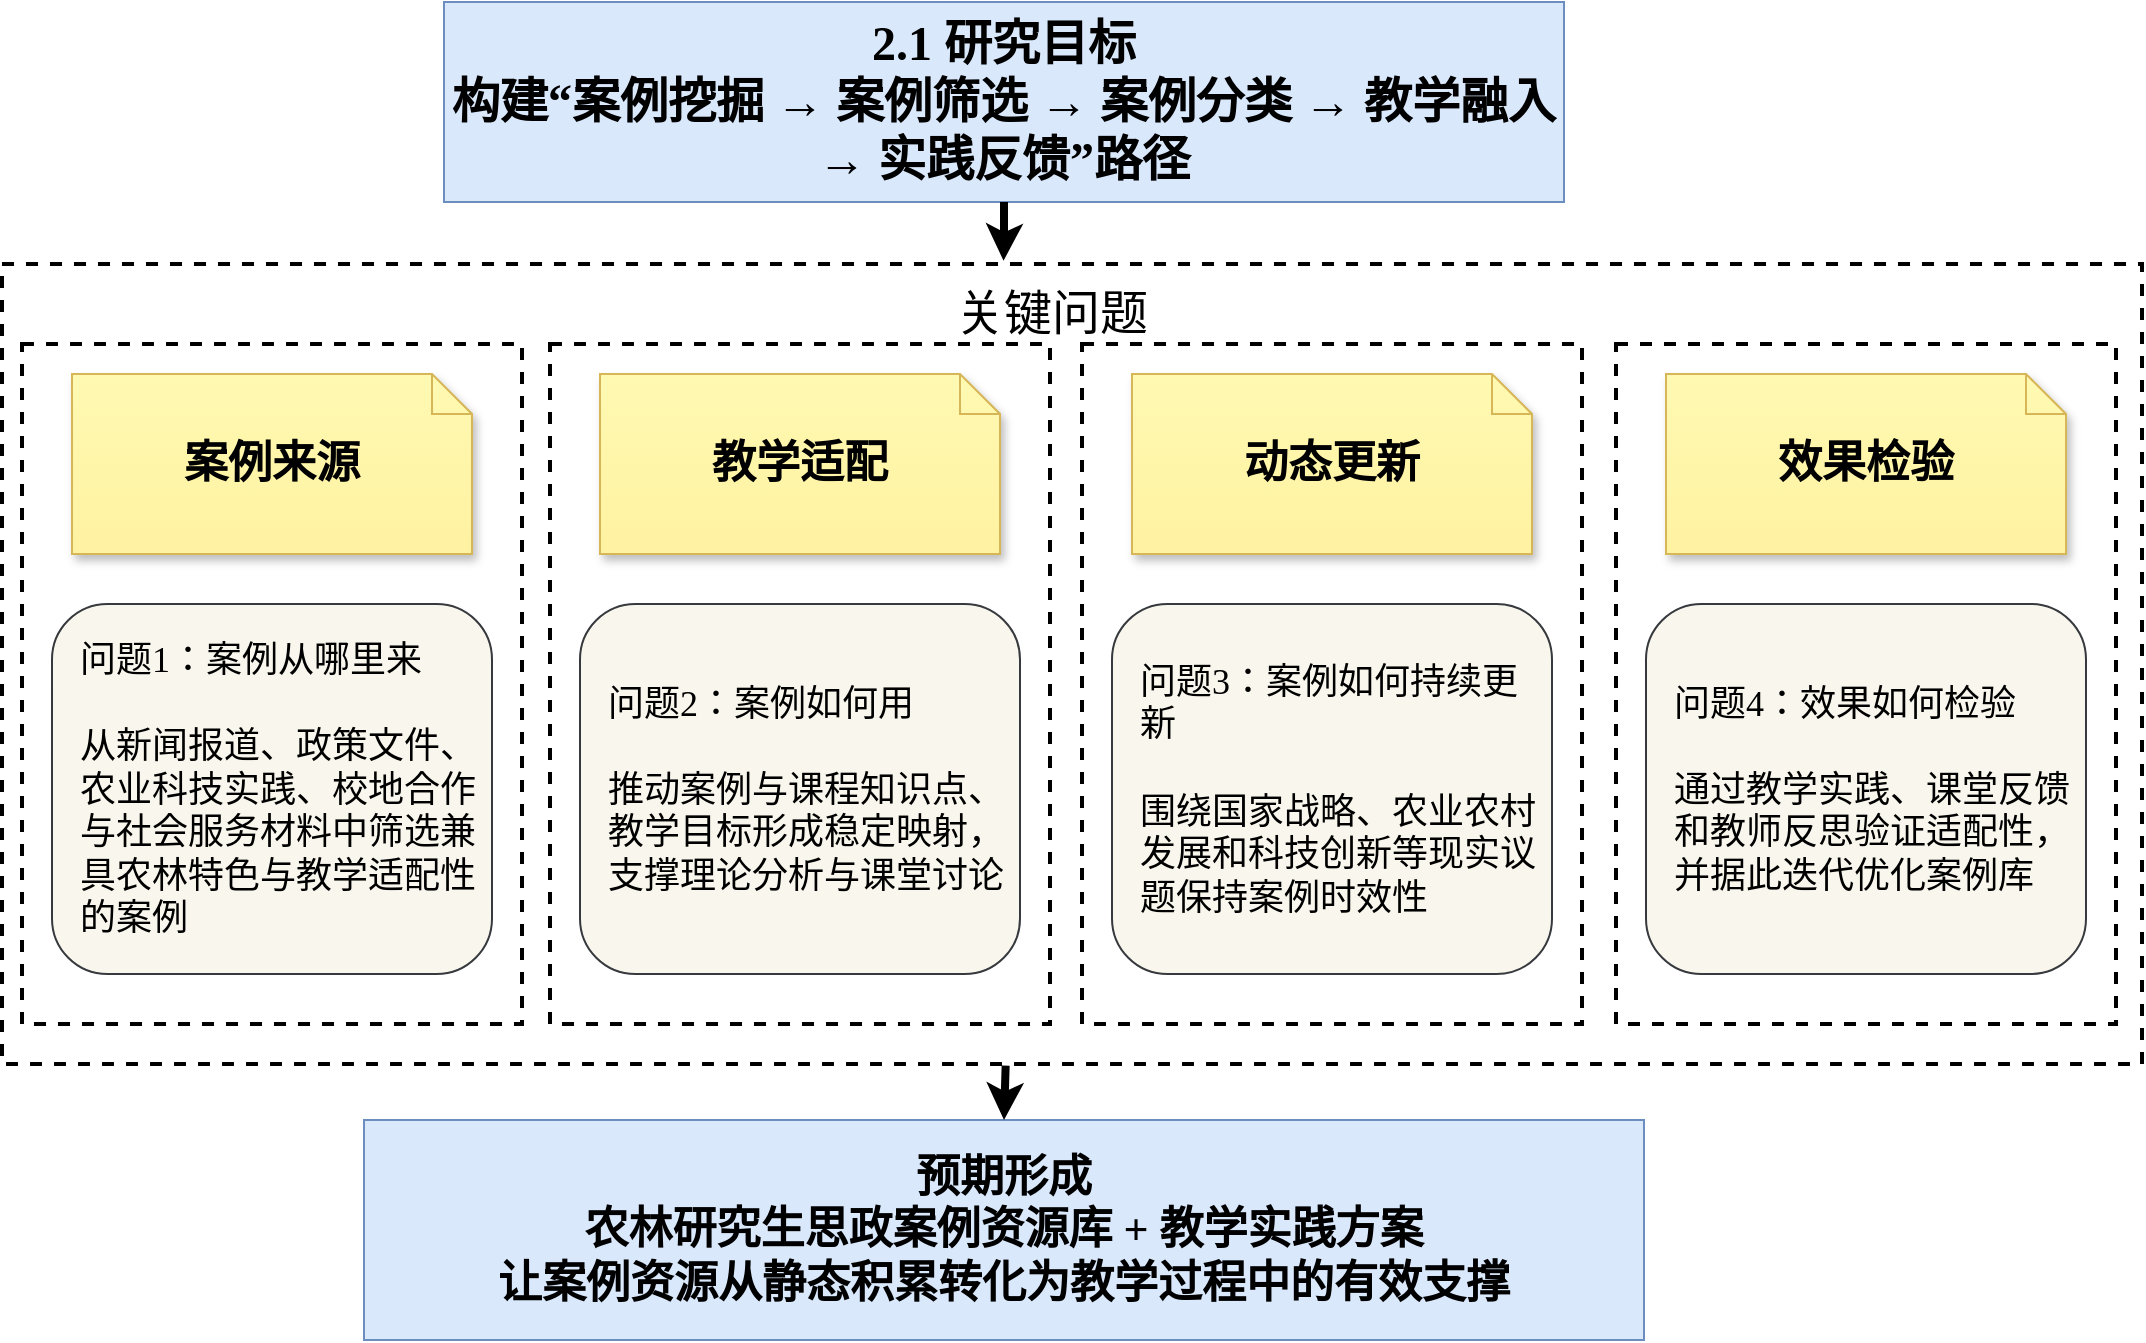
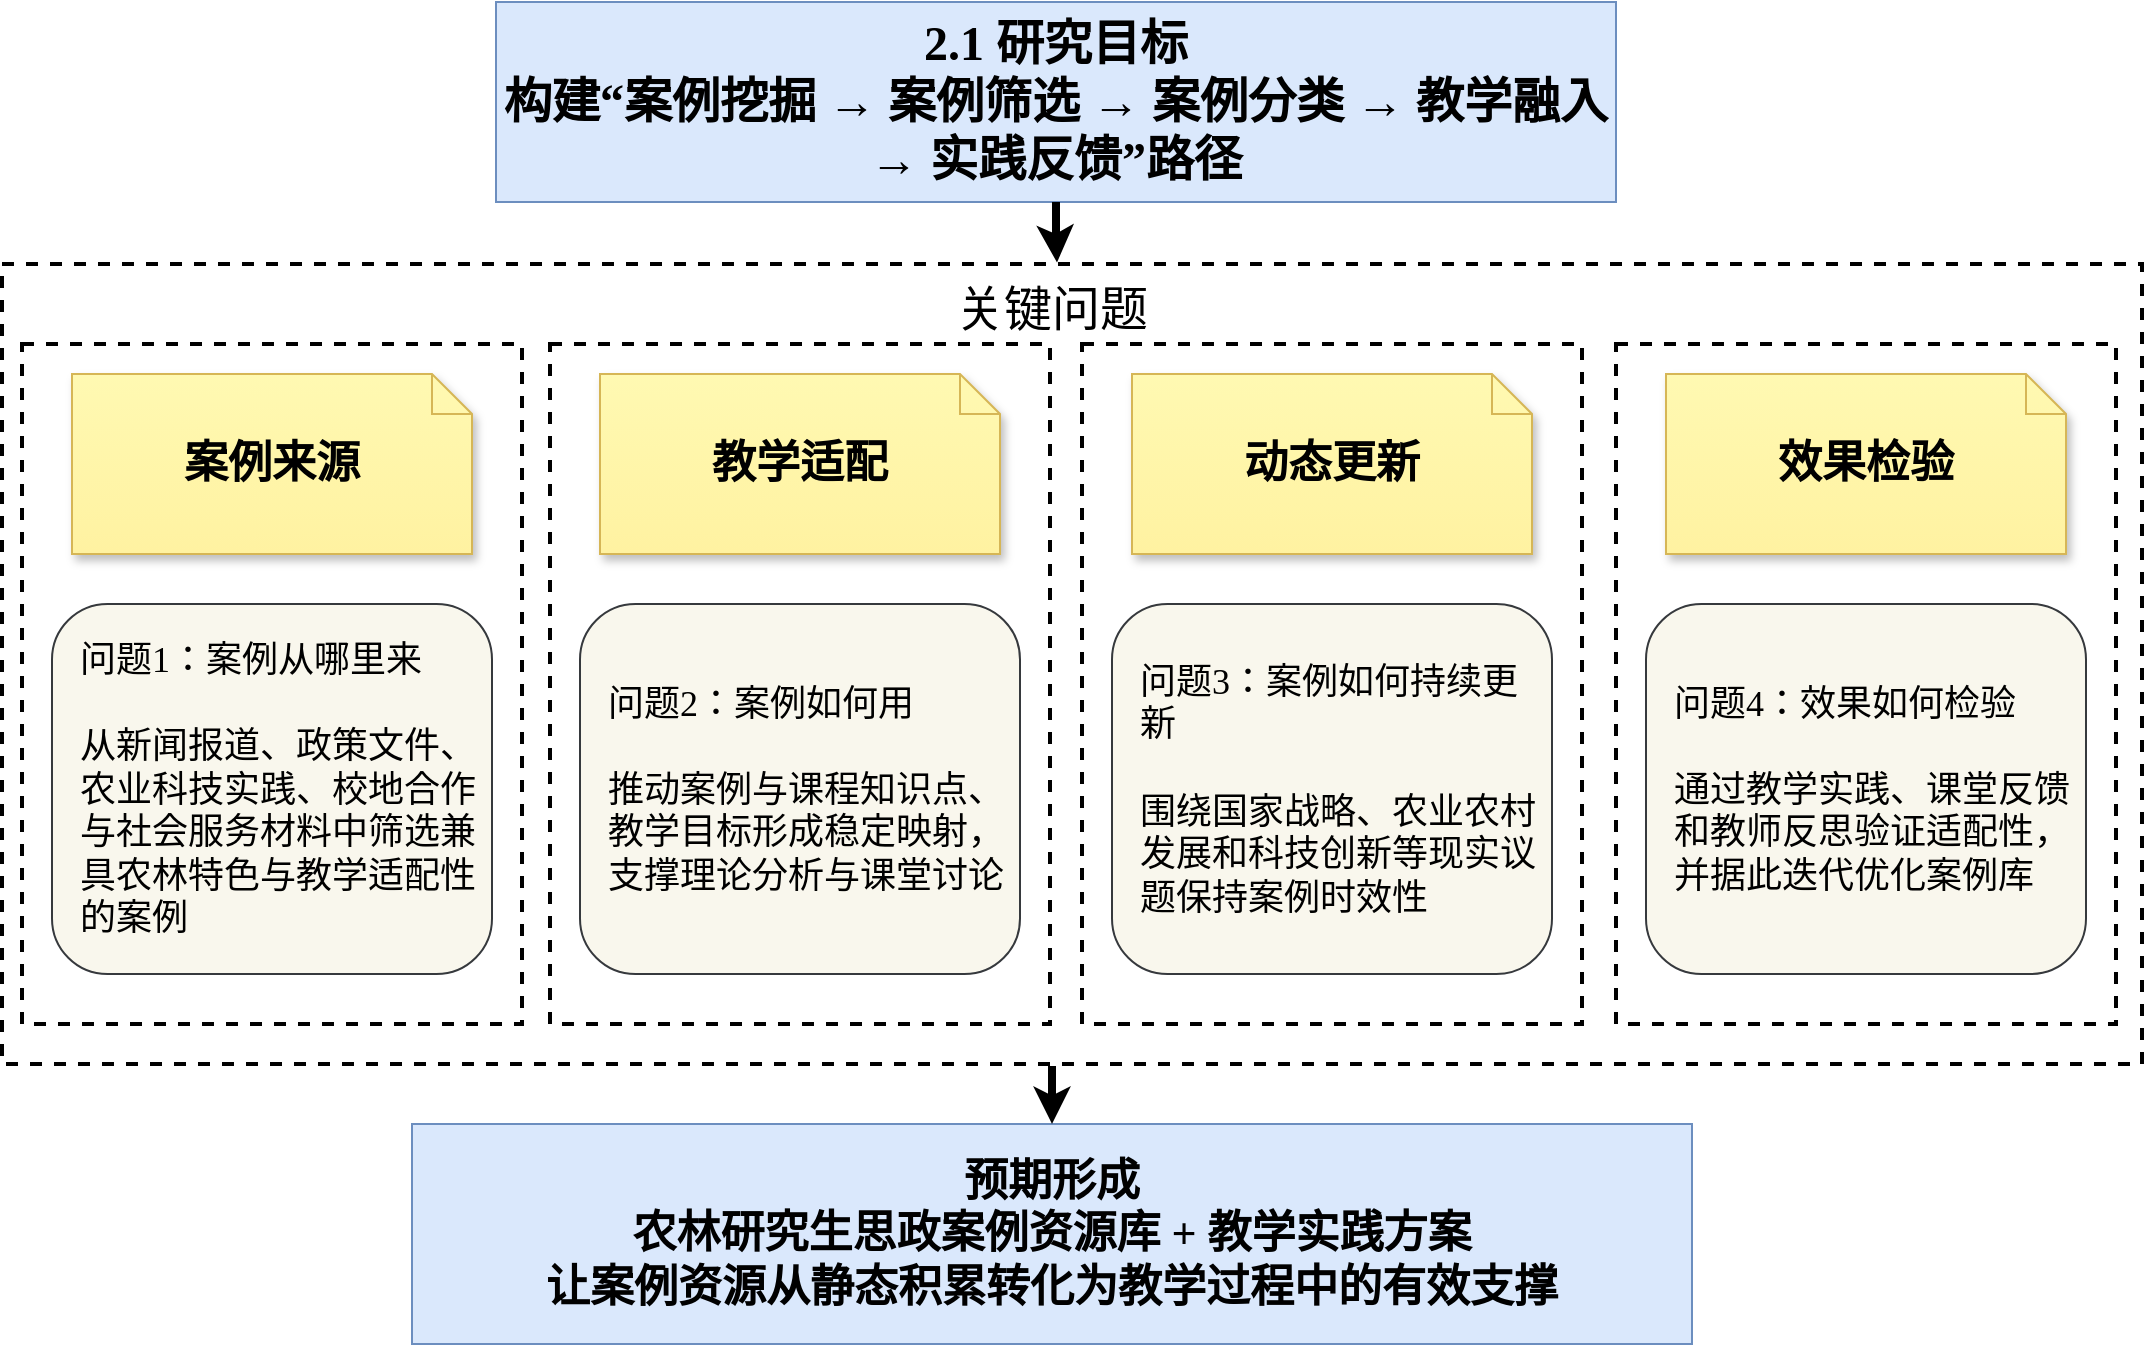
<mxfile host="app.diagrams.net">
  <diagram name="第 1 页" id="fJi4muvwzQr4Cxwz289f">
-     <mxGraphModel dx="1202" dy="664" grid="1" gridSize="10" guides="1" tooltips="1" connect="1" arrows="1" fold="1" page="1" pageScale="1" pageWidth="827" pageHeight="1169" math="0" shadow="0">
+     <mxGraphModel dx="1278" dy="705" grid="1" gridSize="10" guides="1" tooltips="1" connect="1" arrows="1" fold="1" page="1" pageScale="1" pageWidth="827" pageHeight="1169" math="0" shadow="0">
      <root>
        <mxCell id="0" />
        <mxCell id="1" parent="0" />
        <mxCell id="LJP-JgNaWfqMh4DIYb2i-1" parent="1" style="rounded=0;whiteSpace=wrap;html=1;fillColor=#dae8fc;strokeColor=#6c8ebf;fontSize=24;fontStyle=1;align=center;verticalAlign=middle;fontFamily=SimSun;" value="2.1 研究目标&#xa;构建“案例挖掘 → 案例筛选 → 案例分类 → 教学融入 → 实践反馈”路径" vertex="1">
-           <mxGeometry height="100" width="560" x="851" y="639" as="geometry" />
+           <mxGeometry height="100" width="560" x="877" y="639" as="geometry" />
        </mxCell>
        <mxCell id="LJP-JgNaWfqMh4DIYb2i-2" parent="1" style="rounded=0;whiteSpace=wrap;html=1;fillColor=#ffffff;strokeColor=#000000;dashed=1;strokeWidth=2;" value="" vertex="1">
          <mxGeometry height="400" width="1070" x="630" y="770" as="geometry" />
        </mxCell>
-         <mxCell id="LJP-JgNaWfqMh4DIYb2i-3" edge="1" parent="1" source="LJP-JgNaWfqMh4DIYb2i-1" style="edgeStyle=orthogonalEdgeStyle;rounded=0;orthogonalLoop=1;jettySize=auto;html=1;strokeWidth=4;endArrow=classic;entryX=0.468;entryY=-0.004;entryDx=0;entryDy=0;entryPerimeter=0;" target="LJP-JgNaWfqMh4DIYb2i-2">
+         <mxCell id="LJP-JgNaWfqMh4DIYb2i-3" edge="1" parent="1" source="LJP-JgNaWfqMh4DIYb2i-1" style="edgeStyle=orthogonalEdgeStyle;rounded=0;orthogonalLoop=1;jettySize=auto;html=1;strokeWidth=4;endArrow=classic;entryX=0.493;entryY=-0.002;entryDx=0;entryDy=0;entryPerimeter=0;" target="LJP-JgNaWfqMh4DIYb2i-2">
          <mxGeometry relative="1" as="geometry" />
        </mxCell>
        <mxCell id="LJP-JgNaWfqMh4DIYb2i-5" parent="1" style="rounded=0;whiteSpace=wrap;html=1;fillColor=#ffffff;strokeColor=#000000;dashed=1;strokeWidth=2;" value="" vertex="1">
          <mxGeometry height="340" width="250" x="640" y="810" as="geometry" />
        </mxCell>
        <mxCell id="LJP-JgNaWfqMh4DIYb2i-6" parent="1" style="rounded=0;whiteSpace=wrap;html=1;fillColor=#ffffff;strokeColor=#000000;dashed=1;strokeWidth=2;" value="" vertex="1">
          <mxGeometry height="340" width="250" x="904" y="810" as="geometry" />
        </mxCell>
        <mxCell id="LJP-JgNaWfqMh4DIYb2i-7" parent="1" style="rounded=0;whiteSpace=wrap;html=1;fillColor=#ffffff;strokeColor=#000000;dashed=1;strokeWidth=2;" value="" vertex="1">
          <mxGeometry height="340" width="250" x="1170" y="810" as="geometry" />
        </mxCell>
        <mxCell id="LJP-JgNaWfqMh4DIYb2i-8" parent="1" style="rounded=0;whiteSpace=wrap;html=1;fillColor=#ffffff;strokeColor=#000000;dashed=1;strokeWidth=2;" value="" vertex="1">
          <mxGeometry height="340" width="250" x="1437" y="810" as="geometry" />
        </mxCell>
        <mxCell id="LJP-JgNaWfqMh4DIYb2i-9" parent="1" style="shape=note;whiteSpace=wrap;html=1;backgroundOutline=1;fillColor=#fff9b2;gradientColor=#fff2a1;strokeColor=#d6b656;shadow=1;size=20;fontSize=22;fontStyle=1;align=center;verticalAlign=middle;fontFamily=SimSun;" value="案例来源" vertex="1">
          <mxGeometry height="90" width="200" x="665" y="825" as="geometry" />
        </mxCell>
        <mxCell id="LJP-JgNaWfqMh4DIYb2i-10" parent="1" style="shape=note;whiteSpace=wrap;html=1;backgroundOutline=1;fillColor=#fff9b2;gradientColor=#fff2a1;strokeColor=#d6b656;shadow=1;size=20;fontSize=22;fontStyle=1;align=center;verticalAlign=middle;fontFamily=SimSun;" value="教学适配" vertex="1">
          <mxGeometry height="90" width="200" x="929" y="825" as="geometry" />
        </mxCell>
        <mxCell id="LJP-JgNaWfqMh4DIYb2i-11" parent="1" style="shape=note;whiteSpace=wrap;html=1;backgroundOutline=1;fillColor=#fff9b2;gradientColor=#fff2a1;strokeColor=#d6b656;shadow=1;size=20;fontSize=22;fontStyle=1;align=center;verticalAlign=middle;fontFamily=SimSun;" value="动态更新" vertex="1">
          <mxGeometry height="90" width="200" x="1195" y="825" as="geometry" />
        </mxCell>
        <mxCell id="LJP-JgNaWfqMh4DIYb2i-12" parent="1" style="shape=note;whiteSpace=wrap;html=1;backgroundOutline=1;fillColor=#fff9b2;gradientColor=#fff2a1;strokeColor=#d6b656;shadow=1;size=20;fontSize=22;fontStyle=1;align=center;verticalAlign=middle;fontFamily=SimSun;" value="效果检验" vertex="1">
          <mxGeometry height="90" width="200" x="1462" y="825" as="geometry" />
        </mxCell>
        <mxCell id="LJP-JgNaWfqMh4DIYb2i-13" parent="1" style="rounded=1;whiteSpace=wrap;html=1;fillColor=#f9f7ed;strokeColor=#36393d;align=left;verticalAlign=middle;spacingLeft=12;fontSize=18;fontFamily=SimSun;" value="问题1：案例从哪里来&#xa;&#xa;从新闻报道、政策文件、农业科技实践、校地合作与社会服务材料中筛选兼具农林特色与教学适配性的案例" vertex="1">
          <mxGeometry height="185" width="220" x="655" y="940" as="geometry" />
        </mxCell>
        <mxCell id="LJP-JgNaWfqMh4DIYb2i-14" parent="1" style="rounded=1;whiteSpace=wrap;html=1;fillColor=#f9f7ed;strokeColor=#36393d;align=left;verticalAlign=middle;spacingLeft=12;fontSize=18;fontFamily=SimSun;" value="问题2：案例如何用&#xa;&#xa;推动案例与课程知识点、教学目标形成稳定映射，支撑理论分析与课堂讨论" vertex="1">
          <mxGeometry height="185" width="220" x="919" y="940" as="geometry" />
        </mxCell>
        <mxCell id="LJP-JgNaWfqMh4DIYb2i-15" parent="1" style="rounded=1;whiteSpace=wrap;html=1;fillColor=#f9f7ed;strokeColor=#36393d;align=left;verticalAlign=middle;spacingLeft=12;fontSize=18;fontFamily=SimSun;" value="问题3：案例如何持续更新&#xa;&#xa;围绕国家战略、农业农村发展和科技创新等现实议题保持案例时效性" vertex="1">
          <mxGeometry height="185" width="220" x="1185" y="940" as="geometry" />
        </mxCell>
        <mxCell id="LJP-JgNaWfqMh4DIYb2i-16" parent="1" style="rounded=1;whiteSpace=wrap;html=1;fillColor=#f9f7ed;strokeColor=#36393d;align=left;verticalAlign=middle;spacingLeft=12;fontSize=18;fontFamily=SimSun;" value="问题4：效果如何检验&#xa;&#xa;通过教学实践、课堂反馈和教师反思验证适配性，并据此迭代优化案例库" vertex="1">
          <mxGeometry height="185" width="220" x="1452" y="940" as="geometry" />
        </mxCell>
        <mxCell id="LJP-JgNaWfqMh4DIYb2i-17" parent="1" style="rounded=0;whiteSpace=wrap;html=1;fillColor=#dae8fc;strokeColor=#6c8ebf;fontSize=22;fontStyle=1;align=center;verticalAlign=middle;fontFamily=SimSun;" value="预期形成&#xa;农林研究生思政案例资源库 + 教学实践方案&#xa;让案例资源从静态积累转化为教学过程中的有效支撑" vertex="1">
-           <mxGeometry height="110" width="640" x="811" y="1198" as="geometry" />
+           <mxGeometry height="110" width="640" x="835" y="1200" as="geometry" />
        </mxCell>
-         <mxCell id="LJP-JgNaWfqMh4DIYb2i-18" edge="1" parent="1" source="LJP-JgNaWfqMh4DIYb2i-2" style="edgeStyle=orthogonalEdgeStyle;rounded=0;orthogonalLoop=1;jettySize=auto;html=1;strokeWidth=4;endArrow=classic;exitX=0.469;exitY=1.002;exitDx=0;exitDy=0;exitPerimeter=0;entryX=0.5;entryY=0;entryDx=0;entryDy=0;" target="LJP-JgNaWfqMh4DIYb2i-17">
-           <mxGeometry relative="1" as="geometry" />
+         <mxCell id="LJP-JgNaWfqMh4DIYb2i-18" edge="1" parent="1" style="edgeStyle=orthogonalEdgeStyle;rounded=0;orthogonalLoop=1;jettySize=auto;html=1;strokeWidth=4;endArrow=classic;entryX=0.5;entryY=0;entryDx=0;entryDy=0;" target="LJP-JgNaWfqMh4DIYb2i-17">
+           <mxGeometry relative="1" as="geometry">
+             <mxPoint x="1155" y="1171" as="sourcePoint" />
+           </mxGeometry>
        </mxCell>
        <mxCell id="LJP-JgNaWfqMh4DIYb2i-20" parent="1" style="text;html=1;whiteSpace=wrap;strokeColor=none;fillColor=none;align=center;verticalAlign=middle;rounded=0;" value="&lt;font style=&quot;font-size: 24px;&quot;&gt;关键问题&lt;/font&gt;" vertex="1">
-           <mxGeometry height="30" width="150" x="1080" y="780" as="geometry" />
+           <mxGeometry height="30" width="150" x="1080" y="778" as="geometry" />
        </mxCell>
      </root>
    </mxGraphModel>
  </diagram>
</mxfile>
